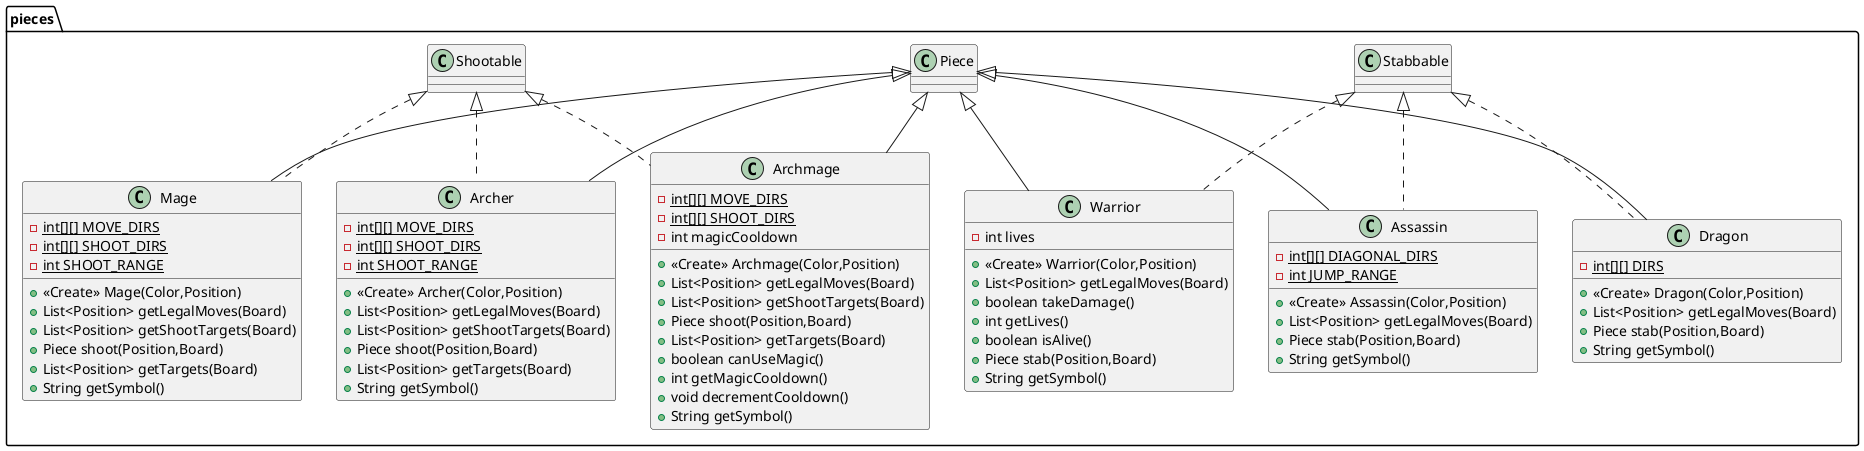
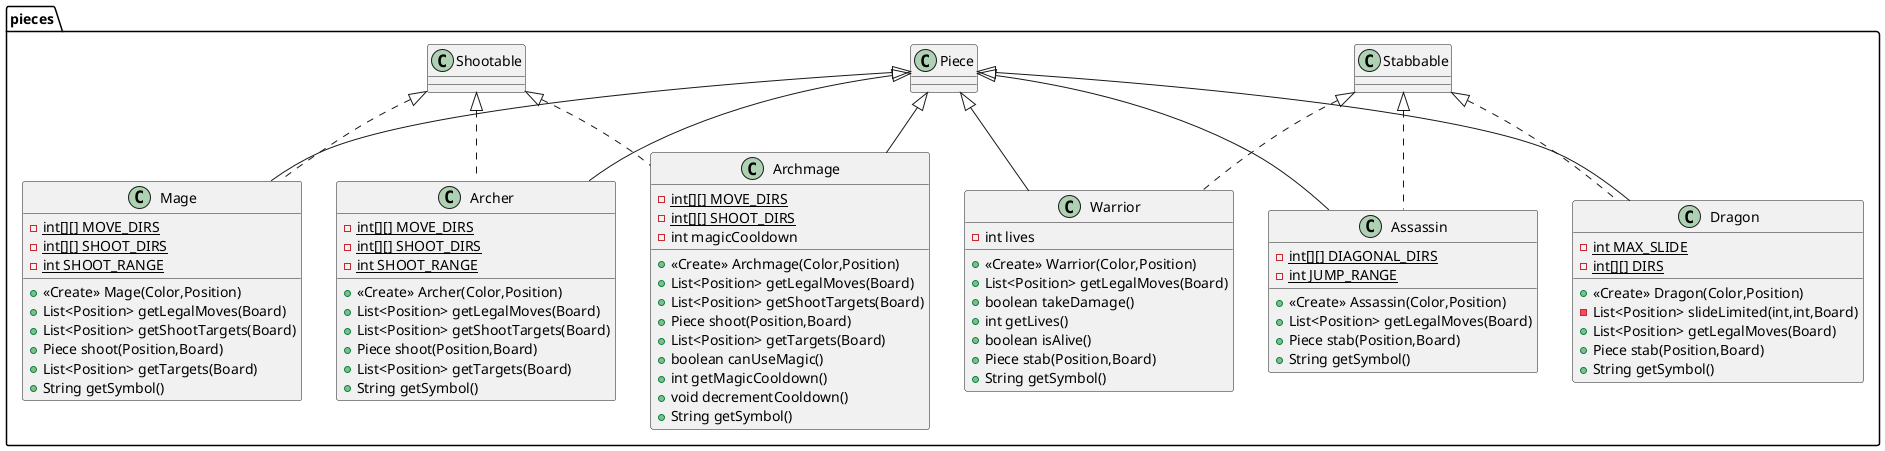
@startuml
class pieces.Assassin {
- {static} int[][] DIAGONAL_DIRS
- {static} int JUMP_RANGE
+ <<Create>> Assassin(Color,Position)
+ List<Position> getLegalMoves(Board)
+ Piece stab(Position,Board)
+ String getSymbol()
}


class pieces.Archer {
- {static} int[][] MOVE_DIRS
- {static} int[][] SHOOT_DIRS
- {static} int SHOOT_RANGE
+ <<Create>> Archer(Color,Position)
+ List<Position> getLegalMoves(Board)
+ List<Position> getShootTargets(Board)
+ Piece shoot(Position,Board)
+ List<Position> getTargets(Board)
+ String getSymbol()
}


class pieces.Dragon {
+ - {static} int MAX_SLIDE
- {static} int[][] DIRS
+ <<Create>> Dragon(Color,Position)
+ - List<Position> slideLimited(int,int,Board)
+ List<Position> getLegalMoves(Board)
+ Piece stab(Position,Board)
+ String getSymbol()
}


class pieces.Archmage {
- {static} int[][] MOVE_DIRS
- {static} int[][] SHOOT_DIRS
- int magicCooldown
+ <<Create>> Archmage(Color,Position)
+ List<Position> getLegalMoves(Board)
+ List<Position> getShootTargets(Board)
+ Piece shoot(Position,Board)
+ List<Position> getTargets(Board)
+ boolean canUseMagic()
+ int getMagicCooldown()
+ void decrementCooldown()
+ String getSymbol()
}


class pieces.Warrior {
- int lives
+ <<Create>> Warrior(Color,Position)
+ List<Position> getLegalMoves(Board)
+ boolean takeDamage()
+ int getLives()
+ boolean isAlive()
+ Piece stab(Position,Board)
+ String getSymbol()
}


class pieces.Mage {
- {static} int[][] MOVE_DIRS
- {static} int[][] SHOOT_DIRS
- {static} int SHOOT_RANGE
+ <<Create>> Mage(Color,Position)
+ List<Position> getLegalMoves(Board)
+ List<Position> getShootTargets(Board)
+ Piece shoot(Position,Board)
+ List<Position> getTargets(Board)
+ String getSymbol()
}




pieces.Stabbable <|.. pieces.Assassin
pieces.Piece <|-- pieces.Assassin
pieces.Shootable <|.. pieces.Archer
pieces.Piece <|-- pieces.Archer
pieces.Stabbable <|.. pieces.Dragon
pieces.Piece <|-- pieces.Dragon
pieces.Shootable <|.. pieces.Archmage
pieces.Piece <|-- pieces.Archmage
pieces.Stabbable <|.. pieces.Warrior
pieces.Piece <|-- pieces.Warrior
pieces.Shootable <|.. pieces.Mage
pieces.Piece <|-- pieces.Mage
@enduml